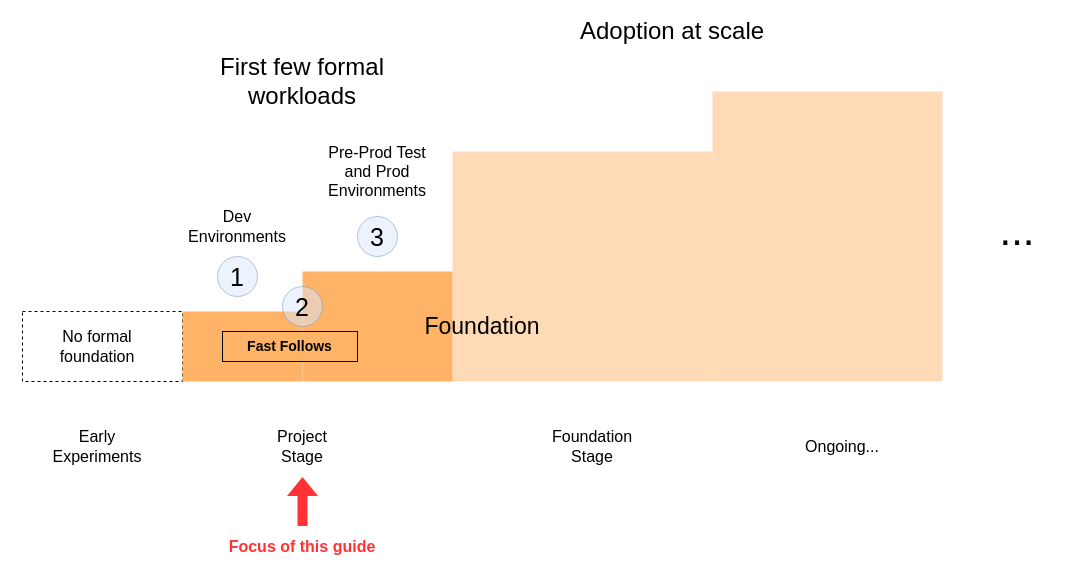
This is page "foundation" (8 of 9) of drawings/initial-foundation.drawio from aws-samples/aws-get-started-workshop, a draw.io file, before an edit. Source tidied: cells renumbered, new cells numbered last; positions are measured from the earlier drawing's top-left corner, leaving out a move shared by most shapes. Both pictures are drawn from the tidied source at 100%, with x=0, y=0 at pixel (17, 21).
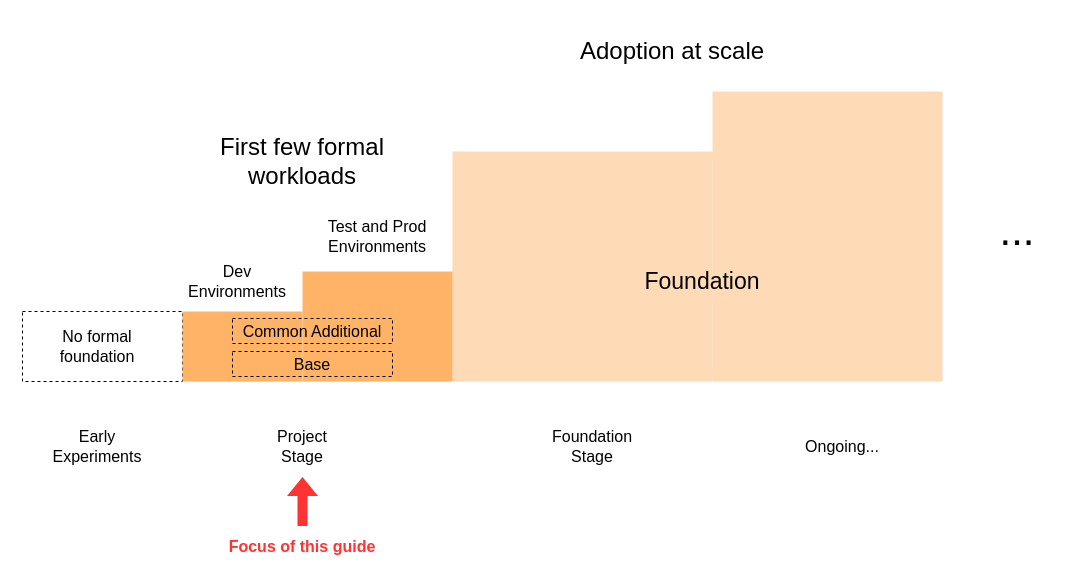
Above is the later version.

Commit message (it also covers changes not shown here):
bring capabilities diagram up-to-date

Change to the diagram source:
```diff
@@
     <mxCell id="11" value="Dev&lt;br&gt;Environments" style="text;html=1;strokeColor=none;fillColor=none;align=center;verticalAlign=middle;whiteSpace=wrap;rounded=0;fontSize=16;fontColor=#000000;" parent="1" vertex="1">
-      <mxGeometry x="165" y="195" width="110" height="20" as="geometry" />
+      <mxGeometry x="165" y="250" width="110" height="20" as="geometry" />
     </mxCell>
-    <mxCell id="12" value="Pre-Prod Test and Prod&lt;br&gt;Environments" style="text;html=1;strokeColor=none;fillColor=none;align=center;verticalAlign=middle;whiteSpace=wrap;rounded=0;fontSize=16;fontColor=#000000;" parent="1" vertex="1">
-      <mxGeometry x="305" y="140" width="110" height="20" as="geometry" />
+    <mxCell id="12" value="Test and Prod&lt;br&gt;Environments" style="text;html=1;strokeColor=none;fillColor=none;align=center;verticalAlign=middle;whiteSpace=wrap;rounded=0;fontSize=16;fontColor=#000000;" parent="1" vertex="1">
+      <mxGeometry x="305" y="205" width="110" height="20" as="geometry" />
     </mxCell>
     <mxCell id="13" value="Adoption at scale" style="text;html=1;strokeColor=none;fillColor=none;align=center;verticalAlign=middle;whiteSpace=wrap;rounded=0;fontSize=24;fontColor=#000000;" parent="1" vertex="1">
-      <mxGeometry x="555" width="200" height="20" as="geometry" />
+      <mxGeometry x="555" y="20" width="200" height="20" as="geometry" />
     </mxCell>
@@
     <mxCell id="16" value="First few formal workloads" style="text;html=1;strokeColor=none;fillColor=none;align=center;verticalAlign=middle;whiteSpace=wrap;rounded=0;fontSize=24;fontColor=#000000;" parent="1" vertex="1">
-      <mxGeometry x="195" y="50" width="180" height="20" as="geometry" />
+      <mxGeometry x="195" y="130" width="180" height="20" as="geometry" />
     </mxCell>
@@
-    <mxCell id="19" value="&lt;font color=&quot;#000000&quot; style=&quot;font-size: 14px&quot;&gt;Fast Follows&lt;/font&gt;" style="rounded=0;whiteSpace=wrap;html=1;fontSize=14;fontColor=#ff3333;fillColor=#ffb366;strokeColor=#000000;fontStyle=1;" parent="1" vertex="1">
-      <mxGeometry x="205" y="310" width="135" height="30" as="geometry" />
-    </mxCell>
-    <mxCell id="20" value="&lt;font style=&quot;font-size: 25px&quot;&gt;1&lt;/font&gt;" style="ellipse;whiteSpace=wrap;html=1;strokeColor=#6c8ebf;fillColor=#dae8fc;fontSize=12;opacity=50;" parent="1" vertex="1">
-      <mxGeometry x="200" y="235" width="40" height="40" as="geometry" />
-    </mxCell>
-    <mxCell id="21" value="&lt;font style=&quot;font-size: 25px&quot;&gt;3&lt;/font&gt;" style="ellipse;whiteSpace=wrap;html=1;strokeColor=#6c8ebf;fillColor=#dae8fc;fontSize=12;opacity=50;" parent="1" vertex="1">
-      <mxGeometry x="340" y="195" width="40" height="40" as="geometry" />
-    </mxCell>
-    <mxCell id="22" value="&lt;font style=&quot;font-size: 25px&quot;&gt;2&lt;/font&gt;" style="ellipse;whiteSpace=wrap;html=1;strokeColor=#6c8ebf;fillColor=#dae8fc;fontSize=12;opacity=50;" parent="1" vertex="1">
-      <mxGeometry x="265" y="265" width="40" height="40" as="geometry" />
-    </mxCell>
     <mxCell id="23" value="Foundation" style="text;html=1;strokeColor=none;fillColor=none;align=center;verticalAlign=middle;whiteSpace=wrap;rounded=0;fontSize=23;fontColor=#000000;" parent="1" vertex="1">
-      <mxGeometry x="375" y="295" width="180" height="20" as="geometry" />
+      <mxGeometry x="595" y="250" width="180" height="20" as="geometry" />
     </mxCell>
+    <mxCell id="24" value="&lt;font color=&quot;#000000&quot;&gt;Base&lt;/font&gt;" style="rounded=0;whiteSpace=wrap;html=1;fontSize=16;fontColor=#ff3333;fillColor=none;strokeColor=#000000;dashed=1;" parent="1" vertex="1">
+      <mxGeometry x="215" y="330" width="160" height="25" as="geometry" />
+    </mxCell>
+    <mxCell id="25" value="&lt;font color=&quot;#000000&quot;&gt;Common Additional&lt;/font&gt;" style="rounded=0;whiteSpace=wrap;html=1;fontSize=16;fontColor=#ff3333;fillColor=none;strokeColor=#000000;dashed=1;" parent="1" vertex="1">
+      <mxGeometry x="215" y="297" width="160" height="25" as="geometry" />
+    </mxCell>
```
